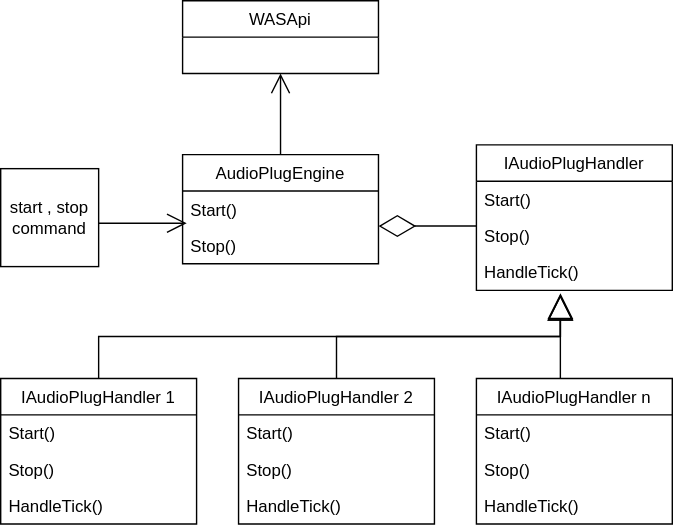
Earlier version of the draw.io export Doc/controleur.drawio.svg (franck-gaspoz/WindowsAudioSessionSample). Source tidied: cells renumbered, new cells last; positions are measured from the earlier drawing's top-left corner, leaving out a move shared by most shapes.
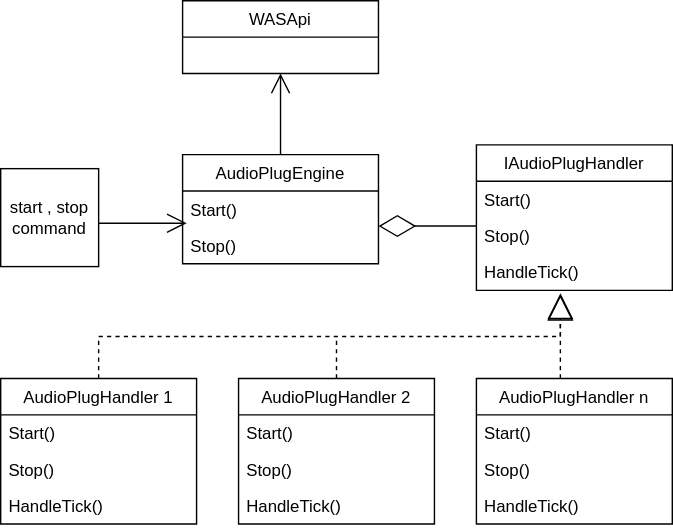
The same diagram one commit later.

What changed in the source:
```diff
@@ -36,7 +36,7 @@
         <mxPoint x="270" y="161" as="targetPoint" />
       </mxGeometry>
     </mxCell>
-    <mxCell id="12" value="IAudioPlugHandler 1" style="swimlane;fontStyle=0;horizontal=1;startSize=26;fillColor=none;" parent="1" vertex="1">
+    <mxCell id="12" value="AudioPlugHandler 1" style="swimlane;fontStyle=0;horizontal=1;startSize=26;fillColor=none;" parent="1" vertex="1">
       <mxGeometry y="270" width="140" height="104" as="geometry" />
     </mxCell>
     <mxCell id="13" value="Start()" style="text;strokeColor=none;fillColor=none;align=left;verticalAlign=top;spacingLeft=4;spacingRight=4;overflow=hidden;" parent="12" vertex="1">
@@ -48,7 +48,7 @@
     <mxCell id="15" value="HandleTick()" style="text;strokeColor=none;fillColor=none;align=left;verticalAlign=top;spacingLeft=4;spacingRight=4;overflow=hidden;" parent="12" vertex="1">
       <mxGeometry y="78" width="140" height="26" as="geometry" />
     </mxCell>
-    <mxCell id="16" style="endArrow=block;endSize=16;endFill=0;html=1;rounded=0;entryX=0.429;entryY=1.077;entryDx=0;entryDy=0;entryPerimeter=0;exitX=0.5;exitY=0;exitDx=0;exitDy=0;" parent="1" edge="1" source="12" target="10">
+    <mxCell id="16" style="endArrow=block;endSize=16;endFill=0;html=1;rounded=0;entryX=0.429;entryY=1.077;entryDx=0;entryDy=0;entryPerimeter=0;exitX=0.5;exitY=0;exitDx=0;exitDy=0;dashed=1;" parent="1" edge="1" source="12" target="10">
       <mxGeometry relative="1" as="geometry">
         <Array as="points">
           <mxPoint x="70" y="240" />
@@ -56,7 +56,7 @@
         </Array>
       </mxGeometry>
     </mxCell>
-    <mxCell id="17" value="IAudioPlugHandler n" style="swimlane;fontStyle=0;horizontal=1;startSize=26;fillColor=none;" parent="1" vertex="1">
+    <mxCell id="17" value="AudioPlugHandler n" style="swimlane;fontStyle=0;horizontal=1;startSize=26;fillColor=none;" parent="1" vertex="1">
       <mxGeometry x="340" y="270" width="140" height="104" as="geometry" />
     </mxCell>
     <mxCell id="18" value="Start()" style="text;strokeColor=none;fillColor=none;align=left;verticalAlign=top;spacingLeft=4;spacingRight=4;overflow=hidden;" parent="17" vertex="1">
@@ -68,7 +68,7 @@
     <mxCell id="20" value="HandleTick()" style="text;strokeColor=none;fillColor=none;align=left;verticalAlign=top;spacingLeft=4;spacingRight=4;overflow=hidden;" parent="17" vertex="1">
       <mxGeometry y="78" width="140" height="26" as="geometry" />
     </mxCell>
-    <mxCell id="21" value="IAudioPlugHandler 2" style="swimlane;fontStyle=0;horizontal=1;startSize=26;fillColor=none;" parent="1" vertex="1">
+    <mxCell id="21" value="AudioPlugHandler 2" style="swimlane;fontStyle=0;horizontal=1;startSize=26;fillColor=none;" parent="1" vertex="1">
       <mxGeometry x="170" y="270" width="140" height="104" as="geometry" />
     </mxCell>
     <mxCell id="22" value="Start()" style="text;strokeColor=none;fillColor=none;align=left;verticalAlign=top;spacingLeft=4;spacingRight=4;overflow=hidden;" parent="21" vertex="1">
@@ -80,16 +80,7 @@
     <mxCell id="24" value="HandleTick()" style="text;strokeColor=none;fillColor=none;align=left;verticalAlign=top;spacingLeft=4;spacingRight=4;overflow=hidden;" parent="21" vertex="1">
       <mxGeometry y="78" width="140" height="26" as="geometry" />
     </mxCell>
-    <mxCell id="25" style="endArrow=block;endSize=16;endFill=0;html=1;rounded=0;exitX=0.5;exitY=0;exitDx=0;exitDy=0;" parent="1" edge="1" source="21">
-      <mxGeometry relative="1" as="geometry">
-        <mxPoint x="400" y="210" as="targetPoint" />
-        <Array as="points">
-          <mxPoint x="240" y="240" />
-          <mxPoint x="400" y="240" />
-        </Array>
-      </mxGeometry>
-    </mxCell>
-    <mxCell id="26" style="endArrow=block;endSize=16;endFill=0;html=1;rounded=0;" parent="1" edge="1">
+    <mxCell id="26" style="endArrow=block;endSize=16;endFill=0;html=1;rounded=0;dashed=1;" parent="1" edge="1">
       <mxGeometry relative="1" as="geometry">
         <mxPoint x="400" y="270" as="sourcePoint" />
         <mxPoint x="400" y="210" as="targetPoint" />
@@ -105,5 +96,10 @@
     <mxCell id="28" style="endArrow=open;endFill=1;endSize=12;html=1;rounded=0;entryX=0.5;entryY=1;entryDx=0;entryDy=0;" parent="1" edge="1" source="3" target="27">
       <mxGeometry relative="1" as="geometry" />
     </mxCell>
+    <mxCell id="29" style="endArrow=none;endFill=0;endSize=12;html=1;rounded=0;dashed=1;exitX=0.5;exitY=0;exitDx=0;exitDy=0;" parent="1" edge="1" source="21">
+      <mxGeometry relative="1" as="geometry">
+        <mxPoint x="240" y="240" as="targetPoint" />
+      </mxGeometry>
+    </mxCell>
   </root>
 </mxGraphModel>
```
